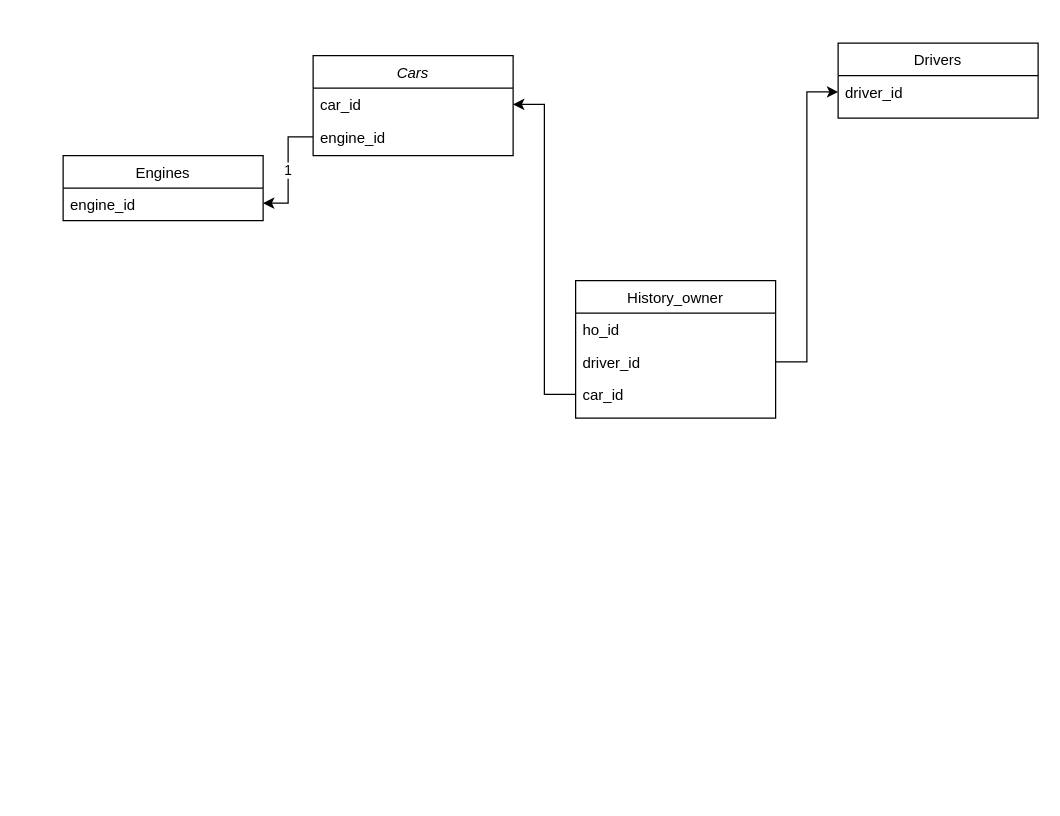
Before: img/sql_diagram.drawio in dima-abc/job4j_cars, a draw.io diagram. Source tidied: cells renumbered, new cells numbered last; positions are measured from the earlier drawing's top-left corner, leaving out a move shared by most shapes. Both pictures are drawn from the tidied source at 125%, with x=0, y=0 at pixel (62, 42).
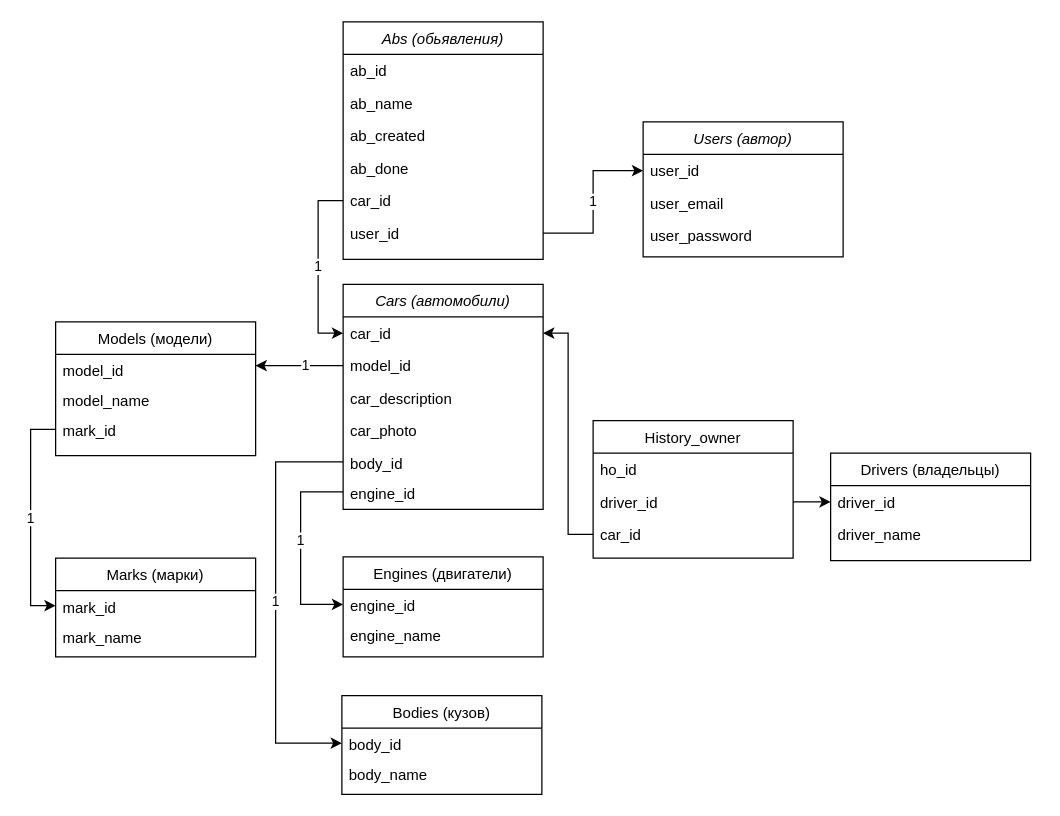
The same page after the edit.

Unchanged cells that the change refers to:
```xml
<mxCell id="3" value="car_id" style="text;align=left;verticalAlign=top;spacingLeft=4;spacingRight=4;overflow=hidden;points=[[0,0.5],[1,0.5]];portConstraint=eastwest;" parent="2" vertex="1">
  <mxGeometry y="26" width="160" height="26" as="geometry" />
</mxCell>
<mxCell id="12" value="engine_id" style="text;align=left;verticalAlign=top;spacingLeft=4;spacingRight=4;overflow=hidden;points=[[0,0.5],[1,0.5]];portConstraint=eastwest;" parent="11" vertex="1">
  <mxGeometry y="26" width="160" height="24" as="geometry" />
</mxCell>
```

What changed in the source:
```diff
@@
-    <mxCell id="2" value="Cars" style="swimlane;fontStyle=2;align=center;verticalAlign=top;horizontal=1;startSize=26;rounded=0;shadow=0;strokeWidth=1;" parent="1" vertex="1">
-      <mxGeometry x="200" y="10" width="160" height="80" as="geometry" />
+    <mxCell id="2" value="Cars (автомобили)" style="swimlane;fontStyle=2;align=center;verticalAlign=top;horizontal=1;startSize=26;rounded=0;shadow=0;strokeWidth=1;" parent="1" vertex="1">
+      <mxGeometry x="224" y="193" width="160" height="180" as="geometry" />
     </mxCell>
@@
-    <mxCell id="4" value="engine_id" style="text;align=left;verticalAlign=top;spacingLeft=4;spacingRight=4;overflow=hidden;points=[[0,0.5],[1,0.5]];portConstraint=eastwest;" parent="2" vertex="1">
+    <mxCell id="4" value="model_id" style="text;align=left;verticalAlign=top;spacingLeft=4;spacingRight=4;overflow=hidden;points=[[0,0.5],[1,0.5]];portConstraint=eastwest;" parent="2" vertex="1">
       <mxGeometry y="52" width="160" height="26" as="geometry" />
     </mxCell>
+    <mxCell id="16" value="car_description" style="text;align=left;verticalAlign=top;spacingLeft=4;spacingRight=4;overflow=hidden;" parent="2" vertex="1">
+      <mxGeometry y="78" width="160" height="26" as="geometry" />
+    </mxCell>
+    <mxCell id="17" value="car_photo" style="text;align=left;verticalAlign=top;spacingLeft=4;spacingRight=4;overflow=hidden;" parent="2" vertex="1">
+      <mxGeometry y="104" width="160" height="26" as="geometry" />
+    </mxCell>
+    <mxCell id="18" value="body_id    " style="text;align=left;verticalAlign=top;spacingLeft=4;spacingRight=4;overflow=hidden;points=[[0,0.5],[1,0.5]];portConstraint=eastwest;" parent="2" vertex="1">
+      <mxGeometry y="130" width="160" height="24" as="geometry" />
+    </mxCell>
+    <mxCell id="19" value="engine_id" style="text;align=left;verticalAlign=top;spacingLeft=4;spacingRight=4;overflow=hidden;points=[[0,0.5],[1,0.5]];portConstraint=eastwest;" parent="2" vertex="1">
+      <mxGeometry y="154" width="160" height="24" as="geometry" />
+    </mxCell>
-    <mxCell id="5" value="Drivers" style="swimlane;fontStyle=0;align=center;verticalAlign=top;horizontal=1;startSize=26;rounded=0;shadow=0;strokeWidth=1;" parent="1" vertex="1">
-      <mxGeometry x="620" width="160" height="60" as="geometry" />
+    <mxCell id="5" value="Drivers (владельцы)" style="swimlane;fontStyle=0;align=center;verticalAlign=top;horizontal=1;startSize=26;rounded=0;shadow=0;strokeWidth=1;" parent="1" vertex="1">
+      <mxGeometry x="614" y="328" width="160" height="86" as="geometry" />
     </mxCell>
@@
+    <mxCell id="20" value="driver_name" style="text;align=left;verticalAlign=top;spacingLeft=4;spacingRight=4;overflow=hidden;" parent="5" vertex="1">
+      <mxGeometry y="52" width="160" height="26" as="geometry" />
+    </mxCell>
     <mxCell id="7" value="History_owner" style="swimlane;fontStyle=0;align=center;verticalAlign=top;horizontal=1;startSize=26;rounded=0;shadow=0;strokeWidth=1;" parent="1" vertex="1">
-      <mxGeometry x="410" y="190" width="160" height="110" as="geometry" />
+      <mxGeometry x="424" y="302" width="160" height="110" as="geometry" />
     </mxCell>
@@
-    <mxCell id="11" value="Engines" style="swimlane;fontStyle=0;align=center;verticalAlign=top;horizontal=1;startSize=26;rounded=0;shadow=0;strokeWidth=1;" parent="1" vertex="1">
-      <mxGeometry y="90" width="160" height="52" as="geometry" />
+    <mxCell id="11" value="Engines (двигатели)" style="swimlane;fontStyle=0;align=center;verticalAlign=top;horizontal=1;startSize=26;rounded=0;shadow=0;strokeWidth=1;" parent="1" vertex="1">
+      <mxGeometry x="224" y="411" width="160" height="80" as="geometry" />
     </mxCell>
@@
+    <mxCell id="21" value="engine_name" style="text;align=left;verticalAlign=top;spacingLeft=4;spacingRight=4;overflow=hidden;" parent="11" vertex="1">
+      <mxGeometry y="50" width="160" height="24" as="geometry" />
+    </mxCell>
-    <mxCell id="13" value="1" style="edgeStyle=orthogonalEdgeStyle;rounded=0;jettySize=auto;html=1;entryX=1;entryY=0.5;entryDx=0;entryDy=0;" parent="1" edge="1" source="4" target="12">
-      <mxGeometry relative="1" as="geometry" />
+    <mxCell id="13" value="1" style="edgeStyle=orthogonalEdgeStyle;rounded=0;jettySize=auto;html=1;exitX=0;exitY=0.5;exitDx=0;exitDy=0;entryX=0;entryY=0.5;entryDx=0;entryDy=0;" parent="1" edge="1" source="19" target="12">
+      <mxGeometry x="-0.08" relative="1" as="geometry">
+        <Array as="points">
+          <mxPoint x="190" y="359" />
+          <mxPoint x="190" y="449" />
+        </Array>
+      </mxGeometry>
     </mxCell>
@@
+    <mxCell id="22" value="Models (модели)" style="swimlane;fontStyle=0;align=center;verticalAlign=top;horizontal=1;startSize=26;rounded=0;shadow=0;strokeWidth=1;" parent="1" vertex="1">
+      <mxGeometry x="-6" y="223" width="160" height="107" as="geometry" />
+    </mxCell>
+    <mxCell id="23" value="model_id" style="text;align=left;verticalAlign=top;spacingLeft=4;spacingRight=4;overflow=hidden;" parent="22" vertex="1">
+      <mxGeometry y="26" width="160" height="24" as="geometry" />
+    </mxCell>
+    <mxCell id="24" value="model_name" style="text;align=left;verticalAlign=top;spacingLeft=4;spacingRight=4;overflow=hidden;" parent="22" vertex="1">
+      <mxGeometry y="50" width="160" height="24" as="geometry" />
+    </mxCell>
+    <mxCell id="25" value="mark_id    " style="text;align=left;verticalAlign=top;spacingLeft=4;spacingRight=4;overflow=hidden;points=[[0,0.5],[1,0.5]];portConstraint=eastwest;" parent="22" vertex="1">
+      <mxGeometry y="74" width="160" height="24" as="geometry" />
+    </mxCell>
+    <mxCell id="26" value="Marks (марки)" style="swimlane;fontStyle=0;align=center;verticalAlign=top;horizontal=1;startSize=26;rounded=0;shadow=0;strokeWidth=1;" parent="1" vertex="1">
+      <mxGeometry x="-6" y="412" width="160" height="79" as="geometry" />
+    </mxCell>
+    <mxCell id="27" value="mark_id    " style="text;align=left;verticalAlign=top;spacingLeft=4;spacingRight=4;overflow=hidden;points=[[0,0.5],[1,0.5]];portConstraint=eastwest;" parent="26" vertex="1">
+      <mxGeometry y="26" width="160" height="24" as="geometry" />
+    </mxCell>
+    <mxCell id="28" value="mark_name" style="text;align=left;verticalAlign=top;spacingLeft=4;spacingRight=4;overflow=hidden;" parent="26" vertex="1">
+      <mxGeometry y="50" width="160" height="24" as="geometry" />
+    </mxCell>
+    <mxCell id="29" value="1" style="edgeStyle=orthogonalEdgeStyle;rounded=0;jettySize=auto;html=1;entryX=0;entryY=0.5;entryDx=0;entryDy=0;" parent="1" edge="1" source="25" target="27">
+      <mxGeometry relative="1" as="geometry" />
+    </mxCell>
+    <mxCell id="30" value="Bodies (кузов)" style="swimlane;fontStyle=0;align=center;verticalAlign=top;horizontal=1;startSize=26;rounded=0;shadow=0;strokeWidth=1;" parent="1" vertex="1">
+      <mxGeometry x="223" y="522" width="160" height="79" as="geometry" />
+    </mxCell>
+    <mxCell id="31" value="body_id    " style="text;align=left;verticalAlign=top;spacingLeft=4;spacingRight=4;overflow=hidden;points=[[0,0.5],[1,0.5]];portConstraint=eastwest;" parent="30" vertex="1">
+      <mxGeometry y="26" width="160" height="24" as="geometry" />
+    </mxCell>
+    <mxCell id="32" value="body_name" style="text;align=left;verticalAlign=top;spacingLeft=4;spacingRight=4;overflow=hidden;" parent="30" vertex="1">
+      <mxGeometry y="50" width="160" height="24" as="geometry" />
+    </mxCell>
+    <mxCell id="33" value="1" style="edgeStyle=orthogonalEdgeStyle;rounded=0;jettySize=auto;html=1;exitX=0;exitY=0.5;exitDx=0;exitDy=0;entryX=0;entryY=0.5;entryDx=0;entryDy=0;" parent="1" edge="1" source="18" target="31">
+      <mxGeometry relative="1" as="geometry">
+        <Array as="points">
+          <mxPoint x="170" y="335" />
+          <mxPoint x="170" y="560" />
+          <mxPoint x="224" y="560" />
+        </Array>
+      </mxGeometry>
+    </mxCell>
+    <mxCell id="34" style="edgeStyle=orthogonalEdgeStyle;rounded=0;jettySize=auto;html=1;exitX=0;exitY=0.5;exitDx=0;exitDy=0;" parent="1" edge="1" source="4">
+      <mxGeometry relative="1" as="geometry">
+        <mxPoint x="154" y="258" as="targetPoint" />
+        <Array as="points">
+          <mxPoint x="154" y="258" />
+        </Array>
+      </mxGeometry>
+    </mxCell>
+    <mxCell id="35" value="&lt;div&gt;1&lt;/div&gt;" style="edgeLabel;html=1;align=center;verticalAlign=middle;" parent="34" vertex="1">
+      <mxGeometry x="-0.11" y="-1" relative="1" as="geometry" />
+    </mxCell>
+    <mxCell id="36" value="Users (автор)" style="swimlane;fontStyle=2;align=center;verticalAlign=top;horizontal=1;startSize=26;rounded=0;shadow=0;strokeWidth=1;" parent="1" vertex="1">
+      <mxGeometry x="464" y="63" width="160" height="108" as="geometry" />
+    </mxCell>
+    <mxCell id="37" value="user_id" style="text;align=left;verticalAlign=top;spacingLeft=4;spacingRight=4;overflow=hidden;points=[[0,0.5],[1,0.5]];portConstraint=eastwest;" parent="36" vertex="1">
+      <mxGeometry y="26" width="160" height="26" as="geometry" />
+    </mxCell>
+    <mxCell id="38" value="user_email" style="text;align=left;verticalAlign=top;spacingLeft=4;spacingRight=4;overflow=hidden;" parent="36" vertex="1">
+      <mxGeometry y="52" width="160" height="26" as="geometry" />
+    </mxCell>
+    <mxCell id="39" value="user_password" style="text;align=left;verticalAlign=top;spacingLeft=4;spacingRight=4;overflow=hidden;" parent="36" vertex="1">
+      <mxGeometry y="78" width="160" height="26" as="geometry" />
+    </mxCell>
+    <mxCell id="40" value="Abs (обьявления)" style="swimlane;fontStyle=2;align=center;verticalAlign=top;horizontal=1;startSize=26;rounded=0;shadow=0;strokeWidth=1;" parent="1" vertex="1">
+      <mxGeometry x="224" y="-17" width="160" height="190" as="geometry" />
+    </mxCell>
+    <mxCell id="41" value="ab_id" style="text;align=left;verticalAlign=top;spacingLeft=4;spacingRight=4;overflow=hidden;" parent="40" vertex="1">
+      <mxGeometry y="26" width="160" height="26" as="geometry" />
+    </mxCell>
+    <mxCell id="42" value="ab_name" style="text;align=left;verticalAlign=top;spacingLeft=4;spacingRight=4;overflow=hidden;" parent="40" vertex="1">
+      <mxGeometry y="52" width="160" height="26" as="geometry" />
+    </mxCell>
+    <mxCell id="43" value="ab_created" style="text;align=left;verticalAlign=top;spacingLeft=4;spacingRight=4;overflow=hidden;" parent="40" vertex="1">
+      <mxGeometry y="78" width="160" height="26" as="geometry" />
+    </mxCell>
+    <mxCell id="44" value="ab_done" style="text;align=left;verticalAlign=top;spacingLeft=4;spacingRight=4;overflow=hidden;" parent="40" vertex="1">
+      <mxGeometry y="104" width="160" height="26" as="geometry" />
+    </mxCell>
+    <mxCell id="45" value="car_id" style="text;align=left;verticalAlign=top;spacingLeft=4;spacingRight=4;overflow=hidden;points=[[0,0.5],[1,0.5]];portConstraint=eastwest;" parent="40" vertex="1">
+      <mxGeometry y="130" width="160" height="26" as="geometry" />
+    </mxCell>
+    <mxCell id="46" value="user_id" style="text;align=left;verticalAlign=top;spacingLeft=4;spacingRight=4;overflow=hidden;points=[[0,0.5],[1,0.5]];portConstraint=eastwest;" parent="40" vertex="1">
+      <mxGeometry y="156" width="160" height="26" as="geometry" />
+    </mxCell>
+    <mxCell id="47" value="1" style="edgeStyle=orthogonalEdgeStyle;rounded=0;jettySize=auto;html=1;exitX=1;exitY=0.5;exitDx=0;exitDy=0;entryX=0;entryY=0.5;entryDx=0;entryDy=0;" parent="1" edge="1" source="46" target="37">
+      <mxGeometry relative="1" as="geometry" />
+    </mxCell>
+    <mxCell id="48" value="1" style="edgeStyle=orthogonalEdgeStyle;rounded=0;jettySize=auto;html=1;exitX=0;exitY=0.5;exitDx=0;exitDy=0;entryX=0;entryY=0.5;entryDx=0;entryDy=0;" parent="1" edge="1" source="45" target="3">
+      <mxGeometry relative="1" as="geometry" />
+    </mxCell>
```
